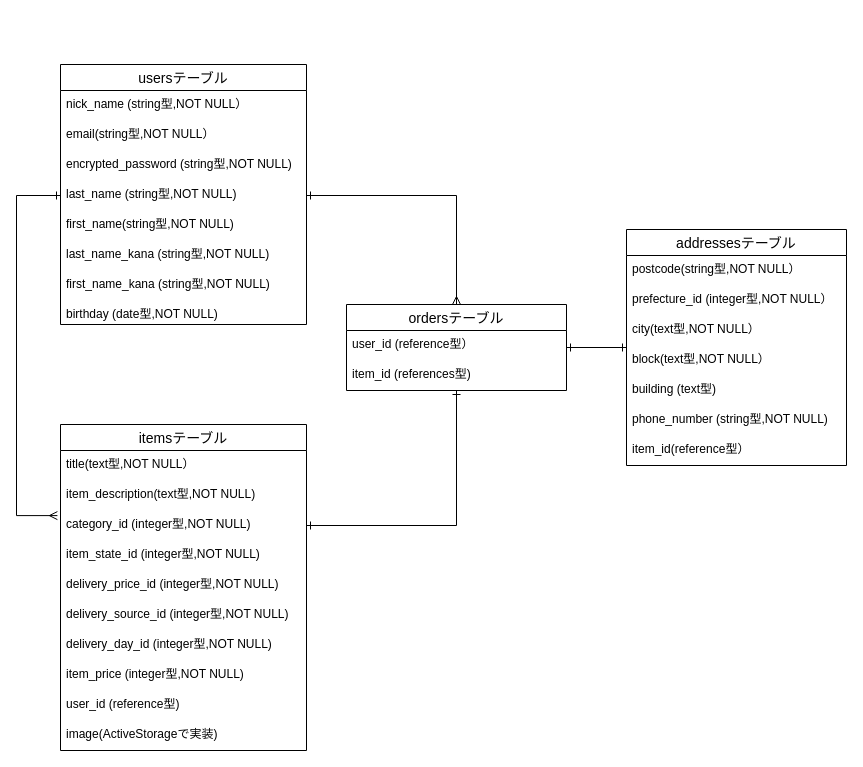
Before: frima.dio in kanix2020/furima-34021, a draw.io diagram. Source tidied: cells renumbered, new cells numbered last; positions are measured from the earlier drawing's top-left corner, leaving out a move shared by most shapes. Both pictures are drawn from the tidied source at 100%, with x=0, y=0 at pixel (16, 64).
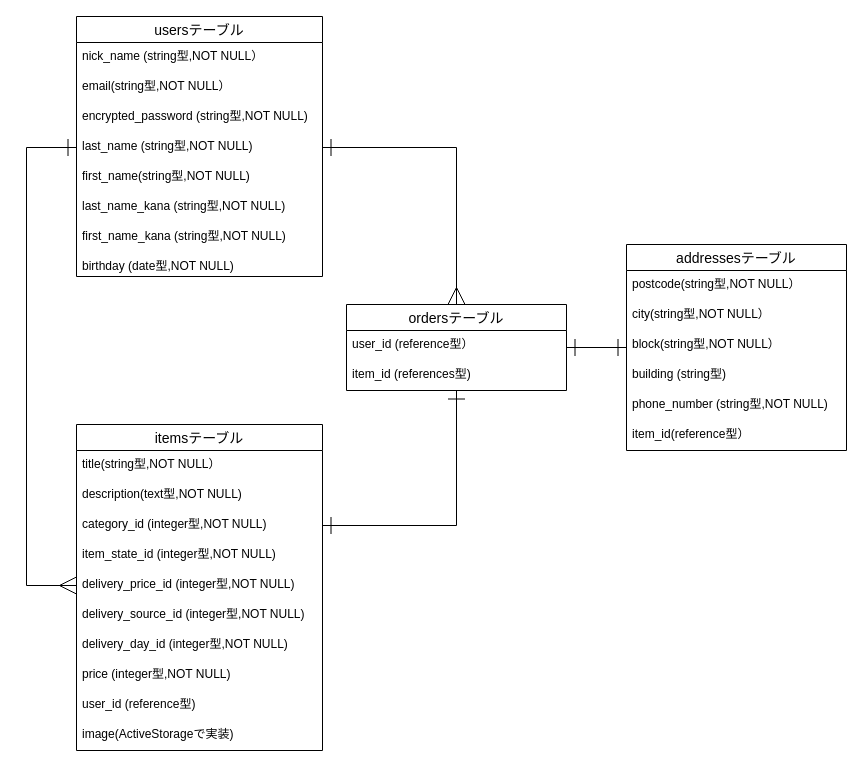
Above is the later version.

Commit message (it also covers changes not shown here):
ER図・READMEの修正４

The change refers to these unchanged cells:
```xml
<mxCell id="6" value="last_name (string型,NOT NULL)" style="text;strokeColor=none;fillColor=none;spacingLeft=4;spacingRight=4;overflow=hidden;points=[[0,0.5],[1,0.5]];portConstraint=eastwest;fontSize=12;" parent="2" vertex="1">
  <mxGeometry y="116" width="246" height="30" as="geometry" />
</mxCell>
<mxCell id="15" value="category_id (integer型,NOT NULL)" style="text;strokeColor=none;fillColor=none;spacingLeft=4;spacingRight=4;overflow=hidden;points=[[0,0.5],[1,0.5]];portConstraint=eastwest;fontSize=12;" parent="12" vertex="1">
  <mxGeometry y="86" width="246" height="30" as="geometry" />
</mxCell>
<mxCell id="17" value="delivery_price_id (integer型,NOT NULL)" style="text;strokeColor=none;fillColor=none;spacingLeft=4;spacingRight=4;overflow=hidden;points=[[0,0.5],[1,0.5]];portConstraint=eastwest;fontSize=12;" parent="12" vertex="1">
  <mxGeometry y="146" width="246" height="30" as="geometry" />
</mxCell>
<mxCell id="33" value="ordersテーブル" style="swimlane;fontStyle=0;horizontal=1;startSize=26;align=center;fontSize=14;" parent="1" vertex="1">
  <mxGeometry x="330" y="240" width="220" height="86" as="geometry" />
</mxCell>
```

What changed in the source:
```diff
@@
     <mxCell id="2" value="usersテーブル" style="swimlane;fontStyle=0;horizontal=1;startSize=26;align=center;fontSize=14;" parent="1" vertex="1">
-      <mxGeometry x="44" width="246" height="260" as="geometry" />
+      <mxGeometry x="60" y="-48" width="246" height="260" as="geometry" />
     </mxCell>
@@
-    <mxCell id="11" style="edgeStyle=orthogonalEdgeStyle;rounded=0;jettySize=auto;html=1;entryX=0;entryY=0.5;entryDx=0;entryDy=0;startArrow=ERmany;startFill=0;endArrow=ERone;endFill=0;exitX=-0.014;exitY=0.171;exitDx=0;exitDy=0;exitPerimeter=0;" parent="1" edge="1" target="6">
+    <mxCell id="11" style="edgeStyle=orthogonalEdgeStyle;rounded=0;jettySize=auto;html=1;startArrow=ERmany;startFill=0;endArrow=ERone;endFill=0;exitX=0;exitY=0.5;exitDx=0;exitDy=0;strokeWidth=1;endSize=15;startSize=15;entryX=0;entryY=0.5;entryDx=0;entryDy=0;" parent="1" edge="1" source="17" target="6">
       <mxGeometry relative="1" as="geometry">
-        <mxPoint x="40.9" y="451.1" as="sourcePoint" />
         <Array as="points">
-          <mxPoint y="451" />
-          <mxPoint y="131" />
+          <mxPoint x="10" y="521" />
+          <mxPoint x="10" y="83" />
         </Array>
       </mxGeometry>
     </mxCell>
     <mxCell id="12" value="itemsテーブル" style="swimlane;fontStyle=0;horizontal=1;startSize=26;align=center;fontSize=14;" parent="1" vertex="1">
-      <mxGeometry x="44" y="360" width="246" height="326" as="geometry" />
+      <mxGeometry x="60" y="360" width="246" height="326" as="geometry" />
     </mxCell>
-    <mxCell id="13" value="title(text型,NOT NULL）" style="text;strokeColor=none;fillColor=none;spacingLeft=4;spacingRight=4;overflow=hidden;fontSize=12;" parent="12" vertex="1">
+    <mxCell id="13" value="title(string型,NOT NULL）" style="text;strokeColor=none;fillColor=none;spacingLeft=4;spacingRight=4;overflow=hidden;fontSize=12;" parent="12" vertex="1">
       <mxGeometry y="26" width="246" height="30" as="geometry" />
     </mxCell>
-    <mxCell id="14" value="item_description(text型,NOT NULL)&#10;" style="text;strokeColor=none;fillColor=none;spacingLeft=4;spacingRight=4;overflow=hidden;fontSize=12;" parent="12" vertex="1">
+    <mxCell id="14" value="description(text型,NOT NULL)&#10;" style="text;strokeColor=none;fillColor=none;spacingLeft=4;spacingRight=4;overflow=hidden;fontSize=12;" parent="12" vertex="1">
       <mxGeometry y="56" width="246" height="30" as="geometry" />
     </mxCell>
@@
-    <mxCell id="20" value="item_price (integer型,NOT NULL)" style="text;strokeColor=none;fillColor=none;spacingLeft=4;spacingRight=4;overflow=hidden;fontSize=12;" parent="12" vertex="1">
+    <mxCell id="20" value="price (integer型,NOT NULL)" style="text;strokeColor=none;fillColor=none;spacingLeft=4;spacingRight=4;overflow=hidden;fontSize=12;" parent="12" vertex="1">
       <mxGeometry y="236" width="246" height="30" as="geometry" />
     </mxCell>
@@
-    <mxCell id="23" style="edgeStyle=orthogonalEdgeStyle;rounded=0;jettySize=auto;html=1;entryX=1;entryY=0.5;entryDx=0;entryDy=0;startArrow=ERone;startFill=0;endArrow=ERone;endFill=0;" parent="1" edge="1" source="24" target="33">
+    <mxCell id="23" style="edgeStyle=orthogonalEdgeStyle;rounded=0;jettySize=auto;html=1;entryX=1;entryY=0.5;entryDx=0;entryDy=0;startArrow=ERone;startFill=0;endArrow=ERone;endFill=0;strokeWidth=1;endSize=15;startSize=15;" parent="1" edge="1" source="24" target="33">
       <mxGeometry relative="1" as="geometry" />
     </mxCell>
     <mxCell id="24" value="addressesテーブル" style="swimlane;fontStyle=0;horizontal=1;startSize=26;align=center;fontSize=14;" parent="1" vertex="1">
-      <mxGeometry x="610" y="165" width="220" height="236" as="geometry" />
+      <mxGeometry x="610" y="180" width="220" height="206" as="geometry" />
     </mxCell>
@@
-    <mxCell id="26" value="prefecture_id (integer型,NOT NULL）" style="text;strokeColor=none;fillColor=none;spacingLeft=4;spacingRight=4;overflow=hidden;fontSize=12;" parent="24" vertex="1">
-      <mxGeometry y="56" width="220" height="30" as="geometry" />
-    </mxCell>
-    <mxCell id="27" value="city(text型,NOT NULL）" style="text;strokeColor=none;fillColor=none;spacingLeft=4;spacingRight=4;overflow=hidden;fontSize=12;" parent="24" vertex="1">
-      <mxGeometry y="86" width="220" height="30" as="geometry" />
+    <mxCell id="27" value="city(string型,NOT NULL）" style="text;strokeColor=none;fillColor=none;spacingLeft=4;spacingRight=4;overflow=hidden;fontSize=12;" parent="24" vertex="1">
+      <mxGeometry y="56" width="220" height="30" as="geometry" />
     </mxCell>
-    <mxCell id="28" value="block(text型,NOT NULL）" style="text;strokeColor=none;fillColor=none;spacingLeft=4;spacingRight=4;overflow=hidden;fontSize=12;" parent="24" vertex="1">
-      <mxGeometry y="116" width="220" height="30" as="geometry" />
+    <mxCell id="28" value="block(string型,NOT NULL）" style="text;strokeColor=none;fillColor=none;spacingLeft=4;spacingRight=4;overflow=hidden;fontSize=12;" parent="24" vertex="1">
+      <mxGeometry y="86" width="220" height="30" as="geometry" />
     </mxCell>
-    <mxCell id="29" value="building (text型)" style="text;strokeColor=none;fillColor=none;spacingLeft=4;spacingRight=4;overflow=hidden;fontSize=12;" parent="24" vertex="1">
-      <mxGeometry y="146" width="220" height="30" as="geometry" />
+    <mxCell id="29" value="building (string型)" style="text;strokeColor=none;fillColor=none;spacingLeft=4;spacingRight=4;overflow=hidden;fontSize=12;" parent="24" vertex="1">
+      <mxGeometry y="116" width="220" height="30" as="geometry" />
     </mxCell>
     <mxCell id="30" value="phone_number (string型,NOT NULL)" style="text;strokeColor=none;fillColor=none;spacingLeft=4;spacingRight=4;overflow=hidden;fontSize=12;" parent="24" vertex="1">
-      <mxGeometry y="176" width="220" height="30" as="geometry" />
+      <mxGeometry y="146" width="220" height="30" as="geometry" />
     </mxCell>
     <mxCell id="31" value="item_id(reference型）&#10;" style="text;strokeColor=none;fillColor=none;spacingLeft=4;spacingRight=4;overflow=hidden;fontSize=12;" parent="24" vertex="1">
-      <mxGeometry y="206" width="220" height="30" as="geometry" />
+      <mxGeometry y="176" width="220" height="30" as="geometry" />
     </mxCell>
-    <mxCell id="32" style="edgeStyle=orthogonalEdgeStyle;rounded=0;jettySize=auto;html=1;entryX=1;entryY=0.5;entryDx=0;entryDy=0;startArrow=ERone;startFill=0;endArrow=ERone;endFill=0;" parent="1" edge="1" source="33" target="15">
+    <mxCell id="32" style="edgeStyle=orthogonalEdgeStyle;rounded=0;jettySize=auto;html=1;entryX=1;entryY=0.5;entryDx=0;entryDy=0;startArrow=ERone;startFill=0;endArrow=ERone;endFill=0;strokeWidth=1;endSize=15;startSize=15;" parent="1" edge="1" source="33" target="15">
       <mxGeometry relative="1" as="geometry" />
     </mxCell>
@@
-    <mxCell id="36" style="edgeStyle=orthogonalEdgeStyle;rounded=0;jettySize=auto;html=1;entryX=1;entryY=0.5;entryDx=0;entryDy=0;startArrow=ERmany;startFill=0;endArrow=ERone;endFill=0;exitX=0.5;exitY=0;exitDx=0;exitDy=0;" parent="1" edge="1" source="33" target="6">
+    <mxCell id="36" style="edgeStyle=orthogonalEdgeStyle;rounded=0;jettySize=auto;html=1;entryX=1;entryY=0.5;entryDx=0;entryDy=0;startArrow=ERmany;startFill=0;endArrow=ERone;endFill=0;exitX=0.5;exitY=0;exitDx=0;exitDy=0;strokeWidth=1;endSize=15;startSize=15;" parent="1" edge="1" source="33" target="6">
       <mxGeometry relative="1" as="geometry" />
     </mxCell>
```
